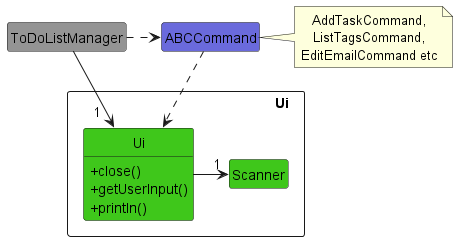
nus-cs2113-AY2223S2/tp keeps this PlantUML diagram as docs/images/UiClassDiagram.png. Above is the earlier version.
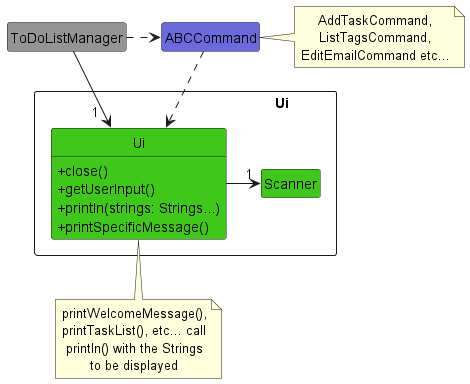
Above is the later version.

What changed in the source:
```diff
@@ -6,14 +6,16 @@
     class Ui COLOR_UI {
         +close()
         +getUserInput()
-        +println()
+        +println(strings: Strings...)
+        +printSpecificMessage()
     }
     class Scanner COLOR_UI
 }
 class ToDoListManager COLOR_MAIN
 class ABCCommand COLOR_LOGIC
 
-note right of ABCCommand: AddTaskCommand,\nListTagsCommand,\nEditEmailCommand etc
+note right of ABCCommand: AddTaskCommand,\nListTagsCommand,\nEditEmailCommand etc...
+note bottom of Ui: printWelcomeMessage(),\nprintTaskList(), etc... call\nprintln() with the Strings\nto be displayed
 
 Ui -> "1" Scanner
 ToDoListManager -> "\t\t\t\t1" Ui
```
